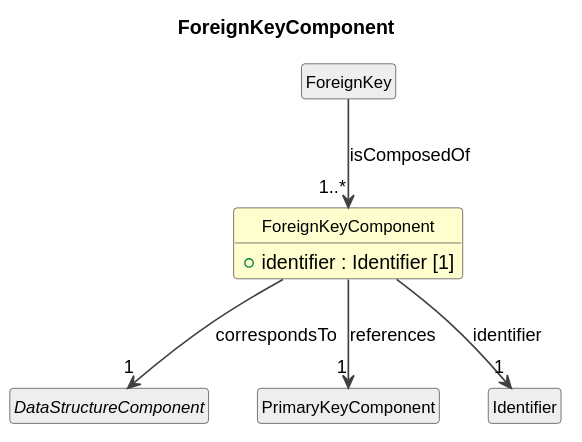
The PlantUML diagram cdif-uml-model/_plantuml/cdifDataStructure/Classes/ForeignKeyComponent.svg in Cross-Domain-Interoperability-Framework/metadataBuildingBlocks, before a commit. The source it was exported from:
```plantuml
@startuml
title ForeignKeyComponent
hide circle
hide empty members
skinparam shadowing false
skinparam ArrowThickness 1.2
skinparam class {
  ArrowColor #404040
  BorderColor #404040
  FontSize 12
}

class "ForeignKeyComponent" as ForeignKeyComponent #FEFECE {
  +identifier : Identifier [1]
}
class "ForeignKey" as ForeignKey #EEEEEE
ForeignKey --> "1..*" ForeignKeyComponent : isComposedOf
abstract class "DataStructureComponent" as DataStructureComponent #EEEEEE
ForeignKeyComponent --> "1" DataStructureComponent : correspondsTo
class "PrimaryKeyComponent" as PrimaryKeyComponent #EEEEEE
ForeignKeyComponent --> "1" PrimaryKeyComponent : references
class "Identifier" as Identifier #EEEEEE
ForeignKeyComponent --> "1" Identifier : identifier
@enduml
```
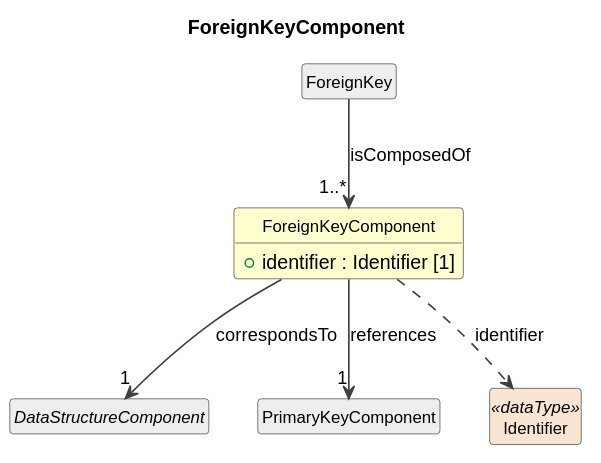
The same diagram one commit later.

What changed in the source:
```diff
@@ -19,6 +19,6 @@
 ForeignKeyComponent --> "1" DataStructureComponent : correspondsTo
 class "PrimaryKeyComponent" as PrimaryKeyComponent #EEEEEE
 ForeignKeyComponent --> "1" PrimaryKeyComponent : references
-class "Identifier" as Identifier #EEEEEE
-ForeignKeyComponent --> "1" Identifier : identifier
+class "Identifier" as Identifier <<dataType>> #FAE5D3
+ForeignKeyComponent ..> Identifier : identifier
 @enduml
```
